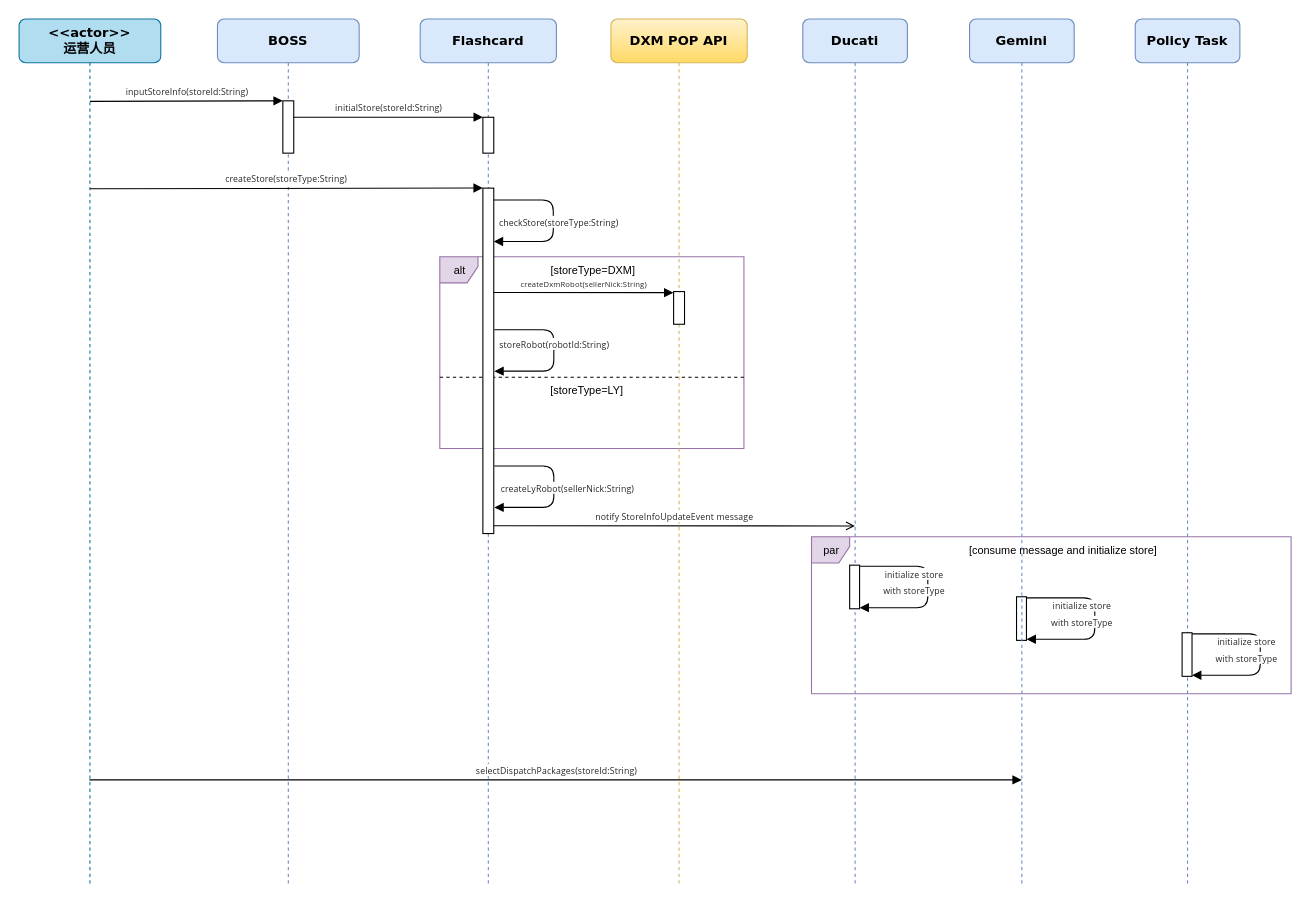
Above: leyan/dxm/Sequence Diagram 3.drawio in GeekKwok/UML (draw.io), before the change. Source tidied: cells renumbered, new cells numbered last; positions are measured from the earlier drawing's top-left corner, leaving out a move shared by most shapes. Both pictures are drawn from the tidied source at 109%, with x=0, y=0 at pixel (19, 19).
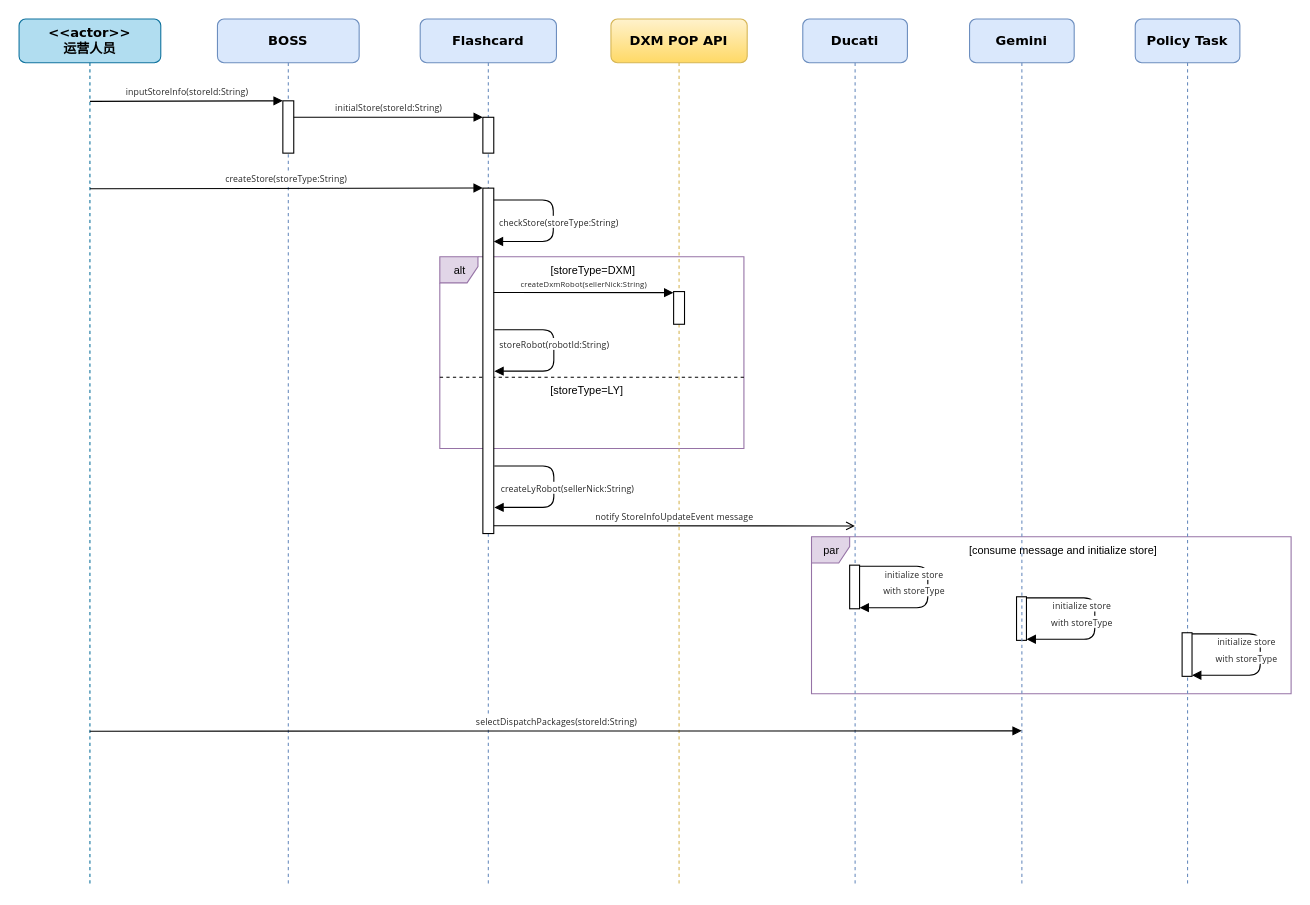
The same page after the edit.

The change refers to these unchanged cells:
```xml
<mxCell id="11" value="&lt;b&gt;&amp;lt;&amp;lt;actor&amp;gt;&amp;gt;&lt;br&gt;运营人员&lt;br&gt;&lt;/b&gt;" style="shape=umlLifeline;perimeter=lifelinePerimeter;whiteSpace=wrap;html=1;outlineConnect=0;rounded=1;shadow=0;comic=0;labelBackgroundColor=none;strokeWidth=1;fontFamily=Verdana;fontSize=12;align=center;fillColor=#b1ddf0;strokeColor=#10739e;" parent="1" vertex="1">
  <mxGeometry width="130" height="795" as="geometry" />
</mxCell>
<mxCell id="17" value="&lt;b&gt;Gemini&lt;/b&gt;" style="shape=umlLifeline;perimeter=lifelinePerimeter;whiteSpace=wrap;html=1;outlineConnect=0;rounded=1;shadow=0;comic=0;labelBackgroundColor=none;strokeWidth=1;fontFamily=Verdana;fontSize=12;align=center;fillColor=#dae8fc;strokeColor=#6c8ebf;" parent="1" vertex="1">
  <mxGeometry x="872" width="96" height="795" as="geometry" />
</mxCell>
```

Diff of the diagram source:
```diff
@@
-    <mxCell id="33" value="&lt;font color=&quot;#262626&quot; face=&quot;chinese quote, segoe ui, roboto, pingfang sc, hiragino sans gb, microsoft yahei, helvetica neue, helvetica, arial, sans-serif, apple color emoji&quot;&gt;&lt;span style=&quot;font-size: 8px ; letter-spacing: 0.12px ; background-color: rgb(255 , 255 , 255)&quot;&gt;selectDispatchPackages(storeId:String)&lt;/span&gt;&lt;/font&gt;" style="html=1;verticalAlign=bottom;endArrow=block;labelBackgroundColor=none;fontFamily=Verdana;fontSize=12;edgeStyle=elbowEdgeStyle;elbow=vertical;entryX=0.499;entryY=0.878;entryDx=0;entryDy=0;entryPerimeter=0;" parent="1" edge="1" source="11" target="17">
-      <mxGeometry relative="1" as="geometry" />
+    <mxCell id="33" value="&lt;font color=&quot;#262626&quot; face=&quot;chinese quote, segoe ui, roboto, pingfang sc, hiragino sans gb, microsoft yahei, helvetica neue, helvetica, arial, sans-serif, apple color emoji&quot;&gt;&lt;span style=&quot;font-size: 8px ; letter-spacing: 0.12px ; background-color: rgb(255 , 255 , 255)&quot;&gt;selectDispatchPackages(storeId:String)&lt;/span&gt;&lt;/font&gt;" style="html=1;verticalAlign=bottom;endArrow=block;labelBackgroundColor=none;fontFamily=Verdana;fontSize=12;edgeStyle=elbowEdgeStyle;elbow=vertical;entryX=0.499;entryY=0.878;entryDx=0;entryDy=0;entryPerimeter=0;" parent="1" edge="1">
+      <mxGeometry relative="1" as="geometry">
+        <mxPoint x="64.8" y="653.3" as="sourcePoint" />
+        <mxPoint x="919.9" y="653" as="targetPoint" />
+      </mxGeometry>
     </mxCell>
```
